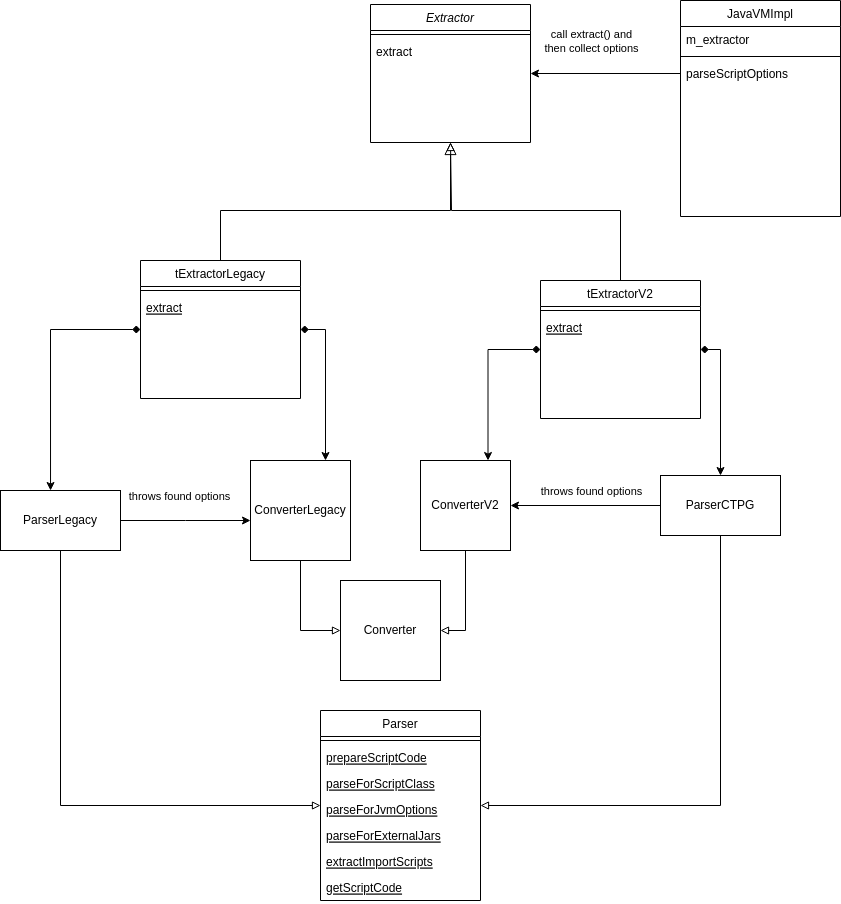
exasol/script-languages keeps this draw.io diagram as exaudfclient/docs/java_script_options_parser.drawio.png. Above is the earlier version. Source tidied: cells renumbered, new cells last; positions are measured from the earlier drawing's top-left corner, leaving out a move shared by most shapes.
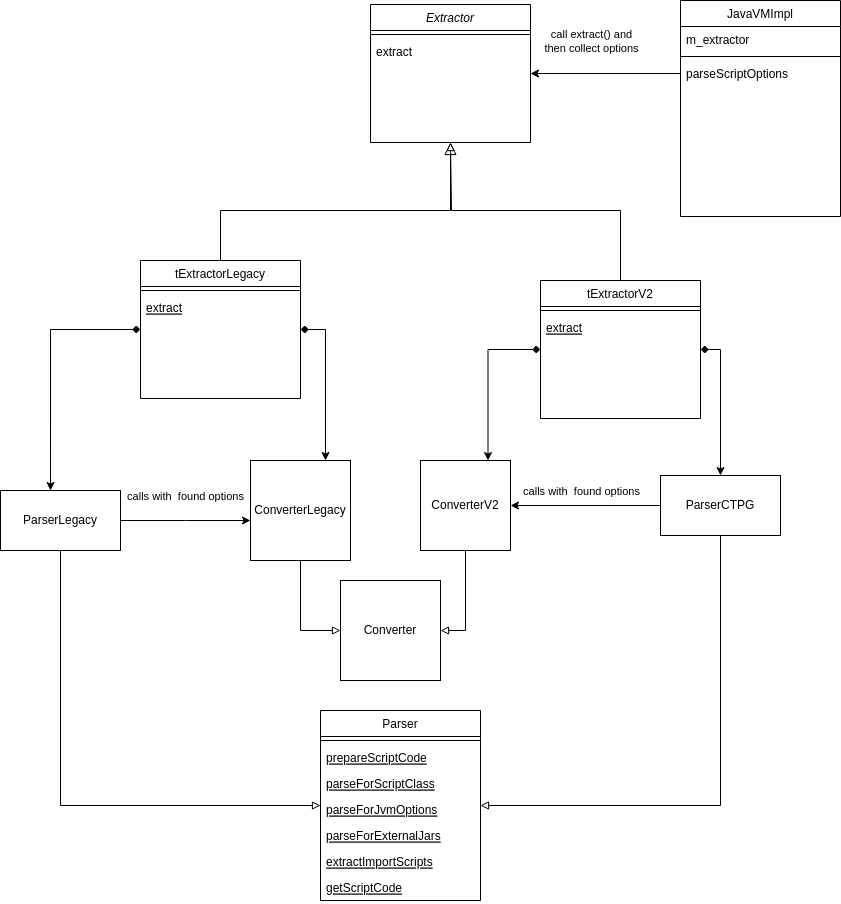
After the change.

What changed in the source:
```diff
@@ -125,19 +125,19 @@
         <mxPoint x="510" y="505" as="targetPoint" />
       </mxGeometry>
     </mxCell>
-    <mxCell id="39" value="throws found options" style="edgeLabel;html=1;align=center;verticalAlign=middle;" parent="38" vertex="1">
-      <mxGeometry x="-0.21" y="2" relative="1" as="geometry">
-        <mxPoint x="-11" y="-17" as="offset" />
-      </mxGeometry>
-    </mxCell>
+    <mxCell id="44" value="calls with&amp;nbsp; found options" style="edgeLabel;html=1;align=center;verticalAlign=middle;" parent="38" vertex="1">
+      <mxGeometry x="-0.08" y="5" relative="1" as="geometry">
+        <mxPoint x="-11" y="-20" as="offset" />
+      </mxGeometry>
+    </mxCell>
     <mxCell id="40" style="edgeStyle=orthogonalEdgeStyle;rounded=0;jettySize=auto;html=1;exitX=1;exitY=0.5;exitDx=0;exitDy=0;entryX=0;entryY=0.5;entryDx=0;entryDy=0;" parent="1" edge="1" source="15">
       <mxGeometry relative="1" as="geometry">
         <mxPoint x="250" y="520" as="targetPoint" />
       </mxGeometry>
     </mxCell>
-    <mxCell id="41" value="throws found options" style="edgeLabel;html=1;align=center;verticalAlign=middle;" parent="40" vertex="1">
+    <mxCell id="41" value="calls with&amp;nbsp; found options" style="edgeLabel;html=1;align=center;verticalAlign=middle;" parent="40" vertex="1">
       <mxGeometry y="-1" relative="1" as="geometry">
-        <mxPoint x="-6" y="-25" as="offset" />
+        <mxPoint y="-25" as="offset" />
       </mxGeometry>
     </mxCell>
     <mxCell id="42" style="edgeStyle=orthogonalEdgeStyle;rounded=0;orthogonalLoop=1;jettySize=auto;html=1;exitX=0;exitY=0.5;exitDx=0;exitDy=0;entryX=1;entryY=0.5;entryDx=0;entryDy=0;" parent="1" edge="1">
```
